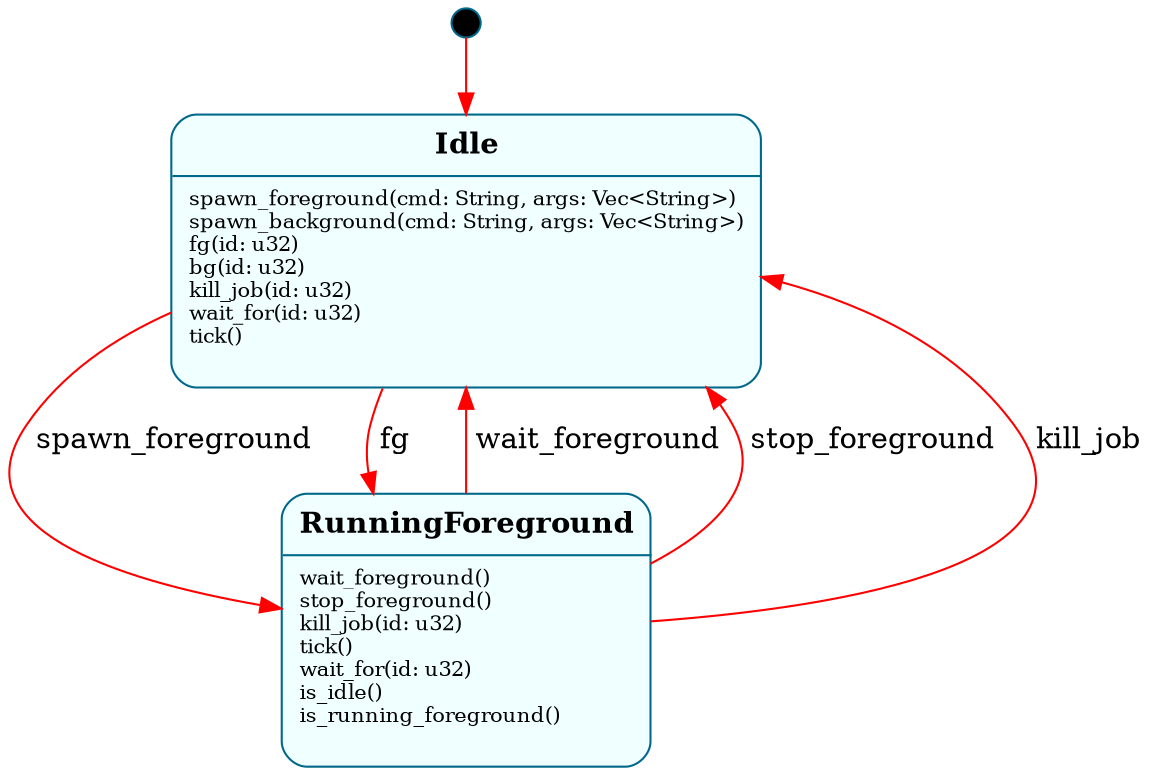
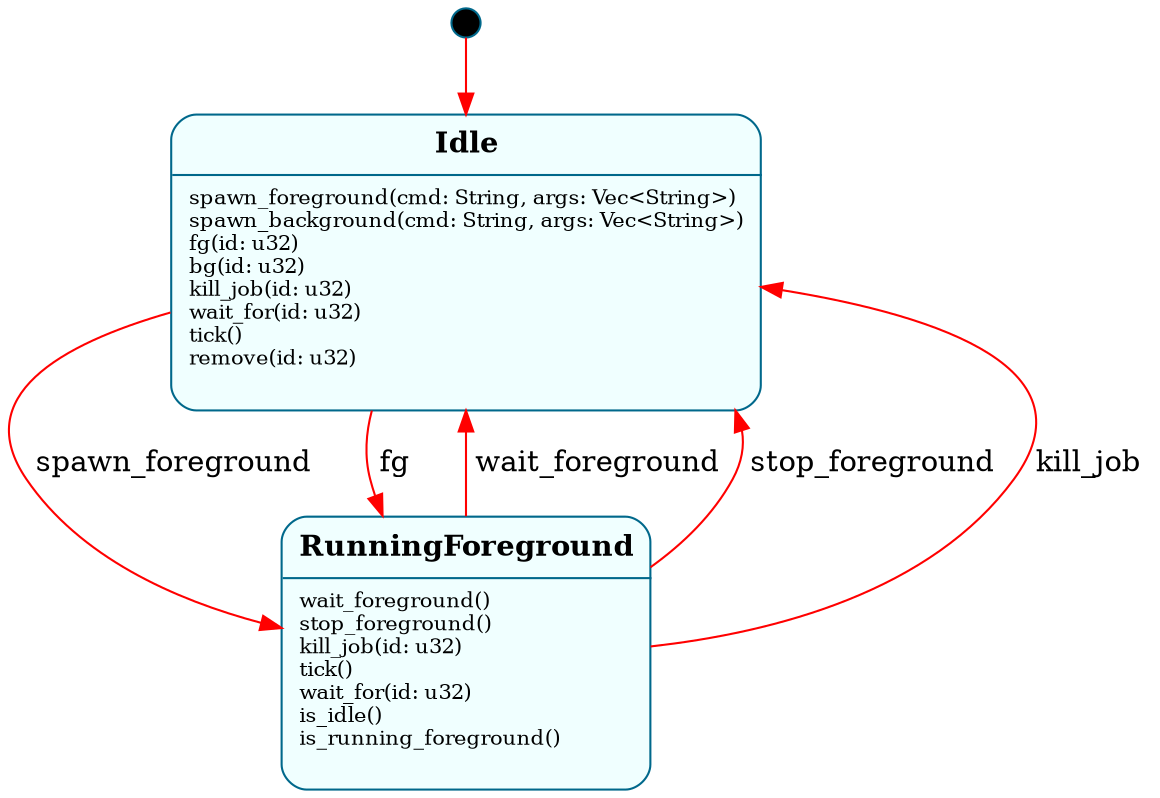
digraph JobControl {
    compound=true
    node [color="deepskyblue4" style="rounded, filled" fillcolor="azure"]
    edge[color="red"]

    Entry[width=0.2 shape="circle" style="filled" fillcolor="black" label=""]
    Entry -> Idle

    Idle [label = <
        <table CELLBORDER="0" CELLPADDING="5" style="rounded">
            <tr><td><b>Idle</b></td></tr>
            <hr/>
            <tr><td align="left"><font point-size="10">
- spawn_foreground(cmd: String, args: Vec&lt;String&gt;)<br ALIGN="LEFT"/>spawn_background(cmd: String, args: Vec&lt;String&gt;)<br ALIGN="LEFT"/>fg(id: u32)<br ALIGN="LEFT"/>bg(id: u32)<br ALIGN="LEFT"/>kill_job(id: u32)<br ALIGN="LEFT"/>wait_for(id: u32)<br ALIGN="LEFT"/>tick()<br ALIGN="LEFT"/>
+ spawn_foreground(cmd: String, args: Vec&lt;String&gt;)<br ALIGN="LEFT"/>spawn_background(cmd: String, args: Vec&lt;String&gt;)<br ALIGN="LEFT"/>fg(id: u32)<br ALIGN="LEFT"/>bg(id: u32)<br ALIGN="LEFT"/>kill_job(id: u32)<br ALIGN="LEFT"/>wait_for(id: u32)<br ALIGN="LEFT"/>tick()<br ALIGN="LEFT"/>remove(id: u32)<br ALIGN="LEFT"/>
            </font></td></tr>
        </table>
    > margin=0 shape=none]
    RunningForeground [label = <
        <table CELLBORDER="0" CELLPADDING="5" style="rounded">
            <tr><td><b>RunningForeground</b></td></tr>
            <hr/>
            <tr><td align="left"><font point-size="10">
wait_foreground()<br ALIGN="LEFT"/>stop_foreground()<br ALIGN="LEFT"/>kill_job(id: u32)<br ALIGN="LEFT"/>tick()<br ALIGN="LEFT"/>wait_for(id: u32)<br ALIGN="LEFT"/>is_idle()<br ALIGN="LEFT"/>is_running_foreground()<br ALIGN="LEFT"/>
            </font></td></tr>
        </table>
    > margin=0 shape=none]

    Idle -> RunningForeground [label=" spawn_foreground "]
    Idle -> RunningForeground [label=" fg "]
    RunningForeground -> Idle [label=" wait_foreground "]
    RunningForeground -> Idle [label=" stop_foreground "]
    RunningForeground -> Idle [label=" kill_job "]
}

